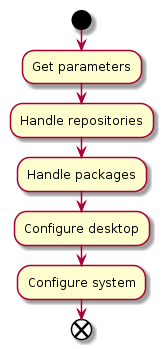
Earlier version of the PlantUML export docs/uml/main.png (cslucr/ubuntu-ucr).
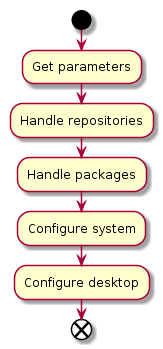
The same file after the commit.

Commit message:
System config must run before desktop config

Diff of the diagram source:
```diff
@@ -3,7 +3,7 @@
 :Get parameters;
 :Handle repositories;
 :Handle packages;
+:Configure system;
 :Configure desktop;
-:Configure system;
 end
 @enduml
```
